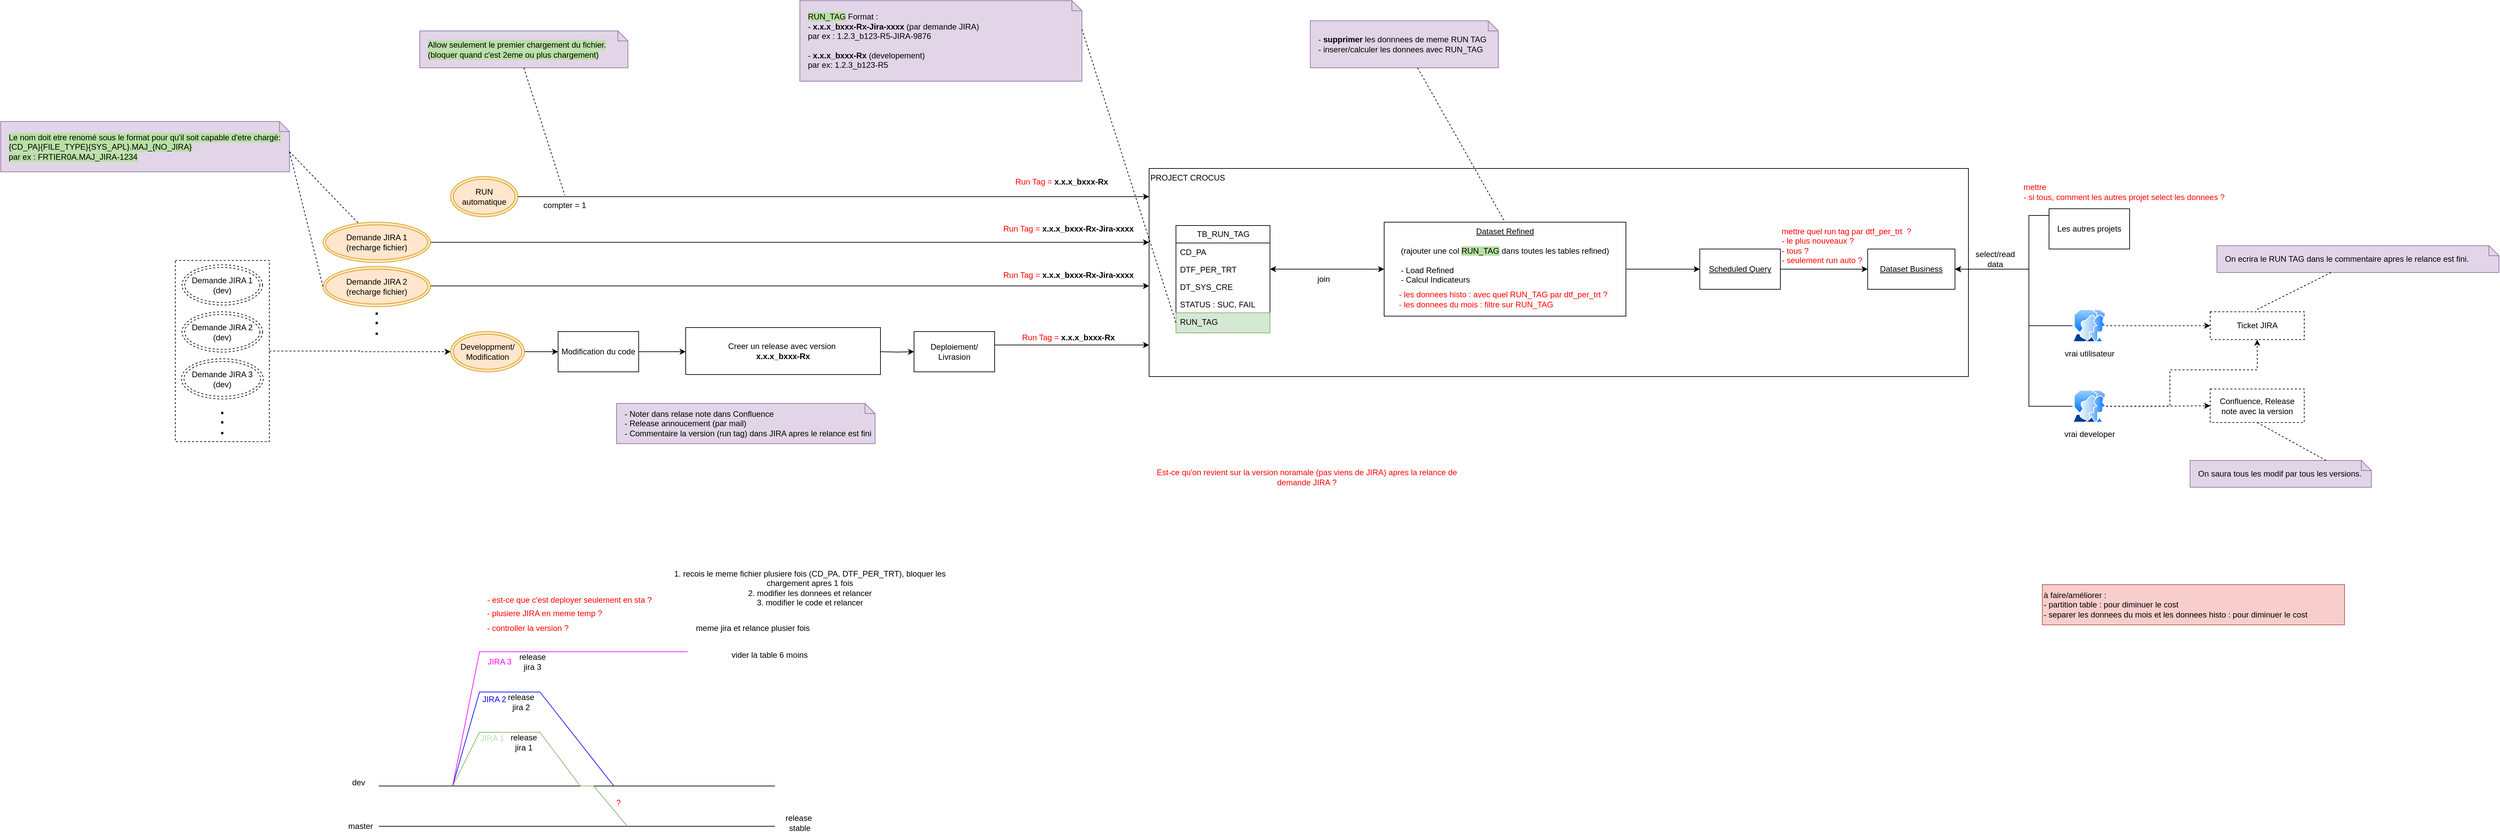
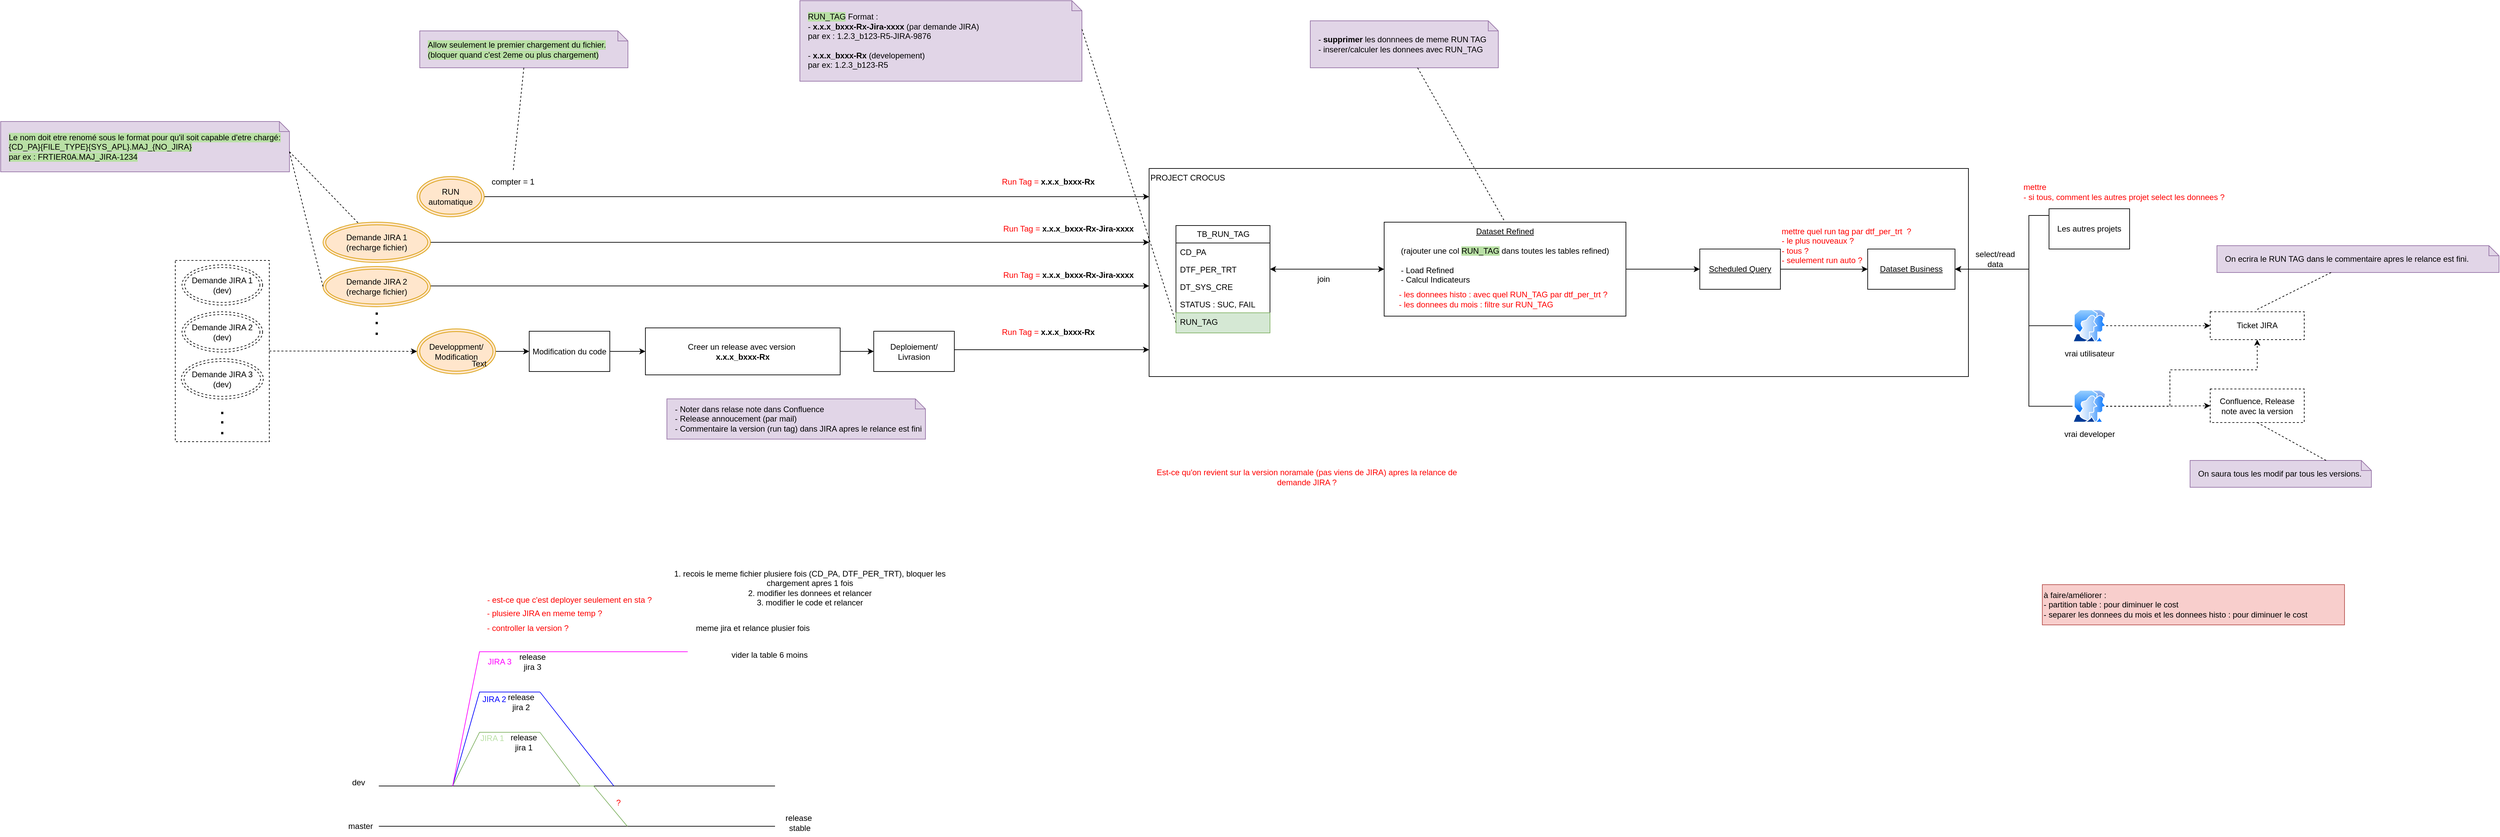
<mxfile host="app.diagrams.net">
  <diagram name="Page-1" id="bEAYSmEDHXBXhFzCy1HB">
    <mxGraphModel dx="3589" dy="2087" grid="1" gridSize="10" guides="1" tooltips="1" connect="1" arrows="1" fold="1" page="1" pageScale="1" pageWidth="827" pageHeight="1169" math="0" shadow="0">
      <root>
        <mxCell id="0" />
        <mxCell id="1" parent="0" />
        <mxCell id="cKu8MT6L8Fp_BZaxLZj7-22" edge="1" parent="1" source="cKu8MT6L8Fp_BZaxLZj7-16" style="edgeStyle=orthogonalEdgeStyle;rounded=0;orthogonalLoop=1;jettySize=auto;html=1;dashed=1;" target="QUzsFoNl6aFI_2ed8XXq-33">
          <mxGeometry relative="1" as="geometry">
            <Array as="points" />
            <mxPoint x="-937.4999999999995" y="382" as="sourcePoint" />
            <mxPoint x="-602.4999999999995" y="365" as="targetPoint" />
          </mxGeometry>
        </mxCell>
        <mxCell id="cKu8MT6L8Fp_BZaxLZj7-16" parent="1" style="rounded=0;whiteSpace=wrap;html=1;dashed=1;" value="" vertex="1">
          <mxGeometry height="270" width="140" x="-1070" y="247" as="geometry" />
        </mxCell>
        <mxCell id="QUzsFoNl6aFI_2ed8XXq-13" parent="1" style="rounded=0;whiteSpace=wrap;html=1;align=left;verticalAlign=top;" value="PROJECT CROCUS" vertex="1">
          <mxGeometry height="310" width="1220" x="380" y="110" as="geometry" />
        </mxCell>
        <mxCell id="QUzsFoNl6aFI_2ed8XXq-1" parent="1" style="swimlane;fontStyle=0;childLayout=stackLayout;horizontal=1;startSize=26;fillColor=none;horizontalStack=0;resizeParent=1;resizeParentMax=0;resizeLast=0;collapsible=1;marginBottom=0;html=1;" value="TB_RUN_TAG" vertex="1">
          <mxGeometry height="160" width="140" x="420" y="195" as="geometry" />
        </mxCell>
        <mxCell id="QUzsFoNl6aFI_2ed8XXq-2" parent="QUzsFoNl6aFI_2ed8XXq-1" style="text;strokeColor=none;fillColor=none;align=left;verticalAlign=top;spacingLeft=4;spacingRight=4;overflow=hidden;rotatable=0;points=[[0,0.5],[1,0.5]];portConstraint=eastwest;whiteSpace=wrap;html=1;" value="CD_PA" vertex="1">
          <mxGeometry height="26" width="140" y="26" as="geometry" />
        </mxCell>
        <mxCell id="QUzsFoNl6aFI_2ed8XXq-3" parent="QUzsFoNl6aFI_2ed8XXq-1" style="text;strokeColor=none;fillColor=none;align=left;verticalAlign=top;spacingLeft=4;spacingRight=4;overflow=hidden;rotatable=0;points=[[0,0.5],[1,0.5]];portConstraint=eastwest;whiteSpace=wrap;html=1;" value="DTF_PER_TRT" vertex="1">
          <mxGeometry height="26" width="140" y="52" as="geometry" />
        </mxCell>
        <mxCell id="QUzsFoNl6aFI_2ed8XXq-4" parent="QUzsFoNl6aFI_2ed8XXq-1" style="text;strokeColor=none;fillColor=none;align=left;verticalAlign=top;spacingLeft=4;spacingRight=4;overflow=hidden;rotatable=0;points=[[0,0.5],[1,0.5]];portConstraint=eastwest;whiteSpace=wrap;html=1;" value="DT_SYS_CRE" vertex="1">
          <mxGeometry height="26" width="140" y="78" as="geometry" />
        </mxCell>
        <mxCell id="QUzsFoNl6aFI_2ed8XXq-105" parent="QUzsFoNl6aFI_2ed8XXq-1" style="text;strokeColor=none;fillColor=none;align=left;verticalAlign=top;spacingLeft=4;spacingRight=4;overflow=hidden;rotatable=0;points=[[0,0.5],[1,0.5]];portConstraint=eastwest;whiteSpace=wrap;html=1;" value="STATUS : SUC, FAIL" vertex="1">
          <mxGeometry height="26" width="140" y="104" as="geometry" />
        </mxCell>
        <mxCell id="QUzsFoNl6aFI_2ed8XXq-5" parent="QUzsFoNl6aFI_2ed8XXq-1" style="text;strokeColor=#82b366;fillColor=#d5e8d4;align=left;verticalAlign=top;spacingLeft=4;spacingRight=4;overflow=hidden;rotatable=0;points=[[0,0.5],[1,0.5]];portConstraint=eastwest;whiteSpace=wrap;html=1;" value="RUN_TAG" vertex="1">
          <mxGeometry height="30" width="140" y="130" as="geometry" />
        </mxCell>
        <mxCell id="QUzsFoNl6aFI_2ed8XXq-7" parent="1" style="shape=note;size=15;align=left;spacingLeft=10;html=1;whiteSpace=wrap;fillColor=#e1d5e7;strokeColor=#9673a6;" value="&lt;span style=&quot;background-color: rgb(185, 224, 165);&quot;&gt;RUN_TAG&lt;/span&gt; Format :&amp;nbsp;&lt;div&gt;- &lt;b&gt;x.x.x_bxxx-Rx-Jira-xxxx&lt;/b&gt; (par demande JIRA)&amp;nbsp;&lt;/div&gt;&lt;div&gt;par ex : 1.2.3_b123-R5-JIRA-9876&lt;/div&gt;&lt;div&gt;&lt;br&gt;&lt;/div&gt;&lt;div&gt;-&lt;b&gt; x.x.x_bxxx-Rx&lt;/b&gt; (developement)&lt;/div&gt;&lt;div&gt;&lt;span style=&quot;background-color: transparent; color: light-dark(rgb(0, 0, 0), rgb(255, 255, 255));&quot;&gt;par ex: 1.2.3_b123-R5&lt;/span&gt;&lt;/div&gt;" vertex="1">
          <mxGeometry height="120" width="420" x="-140" y="-140" as="geometry" />
        </mxCell>
        <mxCell id="QUzsFoNl6aFI_2ed8XXq-8" edge="1" parent="1" source="QUzsFoNl6aFI_2ed8XXq-7" style="edgeStyle=none;endArrow=none;exitX=0;exitY=0;dashed=1;html=1;rounded=0;entryX=0;entryY=0.5;entryDx=0;entryDy=0;exitDx=420;exitDy=42.5;exitPerimeter=0;" target="QUzsFoNl6aFI_2ed8XXq-5" value="">
          <mxGeometry relative="1" x="1" as="geometry">
            <mxPoint x="590" y="660" as="targetPoint" />
          </mxGeometry>
        </mxCell>
        <mxCell id="QUzsFoNl6aFI_2ed8XXq-10" parent="1" style="rounded=0;whiteSpace=wrap;html=1;dashed=1;" value="Confluence, Release note avec la v&lt;span style=&quot;background-color: transparent; color: light-dark(rgb(0, 0, 0), rgb(255, 255, 255));&quot;&gt;ersion&lt;/span&gt;" vertex="1">
          <mxGeometry height="50" width="140" x="1960" y="438.5" as="geometry" />
        </mxCell>
        <mxCell id="QUzsFoNl6aFI_2ed8XXq-11" parent="1" style="rounded=0;whiteSpace=wrap;html=1;dashed=1;" value="Ticket JIRA" vertex="1">
          <mxGeometry height="41.5" width="140" x="1960" y="323.5" as="geometry" />
        </mxCell>
        <mxCell id="QUzsFoNl6aFI_2ed8XXq-42" edge="1" parent="1" source="QUzsFoNl6aFI_2ed8XXq-12" style="edgeStyle=orthogonalEdgeStyle;rounded=0;orthogonalLoop=1;jettySize=auto;html=1;entryX=1;entryY=0.5;entryDx=0;entryDy=0;startArrow=classic;startFill=1;" target="QUzsFoNl6aFI_2ed8XXq-3">
          <mxGeometry relative="1" as="geometry" />
        </mxCell>
        <mxCell id="QUzsFoNl6aFI_2ed8XXq-50" edge="1" parent="1" source="QUzsFoNl6aFI_2ed8XXq-12" style="edgeStyle=orthogonalEdgeStyle;rounded=0;orthogonalLoop=1;jettySize=auto;html=1;" target="QUzsFoNl6aFI_2ed8XXq-46">
          <mxGeometry relative="1" as="geometry">
            <Array as="points" />
          </mxGeometry>
        </mxCell>
        <mxCell id="QUzsFoNl6aFI_2ed8XXq-12" parent="1" style="rounded=0;whiteSpace=wrap;html=1;verticalAlign=top;" value="&lt;u&gt;Dataset Refined&lt;/u&gt;&lt;div&gt;&lt;u&gt;&lt;br&gt;&lt;/u&gt;&lt;div&gt;(rajouter une col &lt;span style=&quot;background-color: rgb(185, 224, 165);&quot;&gt;RUN_TAG&lt;/span&gt;&lt;span&gt; &lt;/span&gt;dans toutes les tables refined)&lt;/div&gt;&lt;div&gt;&lt;br&gt;&lt;/div&gt;&lt;div style=&quot;text-align: left;&quot;&gt;- Load Refined&amp;nbsp; &amp;nbsp; &amp;nbsp; &amp;nbsp;&lt;/div&gt;&lt;div style=&quot;text-align: left;&quot;&gt;- Calcul Indicateurs&lt;/div&gt;&lt;/div&gt;" vertex="1">
          <mxGeometry height="140" width="360" x="730" y="190" as="geometry" />
        </mxCell>
        <mxCell id="QUzsFoNl6aFI_2ed8XXq-27" edge="1" parent="1" source="QUzsFoNl6aFI_2ed8XXq-33" style="edgeStyle=orthogonalEdgeStyle;rounded=0;orthogonalLoop=1;jettySize=auto;html=1;entryX=0;entryY=0.5;entryDx=0;entryDy=0;" target="QUzsFoNl6aFI_2ed8XXq-23">
          <mxGeometry relative="1" as="geometry">
            <mxPoint x="-740" y="198" as="sourcePoint" />
          </mxGeometry>
        </mxCell>
        <mxCell id="QUzsFoNl6aFI_2ed8XXq-19" parent="1" style="text;html=1;whiteSpace=wrap;strokeColor=none;fillColor=none;align=center;verticalAlign=middle;rounded=0;fontColor=#0000FF;" value="&lt;font style=&quot;color: rgb(255, 0, 0);&quot;&gt;Run Tag =&amp;nbsp;&lt;/font&gt;&lt;b style=&quot;color: rgb(0, 0, 0); text-align: left;&quot;&gt;x.x.x_bxxx-Rx-Jira-xxxx&lt;/b&gt;" vertex="1">
          <mxGeometry height="30" width="200" x="160" y="253.5" as="geometry" />
        </mxCell>
-         <mxCell id="QUzsFoNl6aFI_2ed8XXq-28" edge="1" parent="1" source="QUzsFoNl6aFI_2ed8XXq-23" style="edgeStyle=orthogonalEdgeStyle;rounded=0;orthogonalLoop=1;jettySize=auto;html=1;">
-           <mxGeometry relative="1" as="geometry">
-             <mxPoint x="-310" y="383" as="targetPoint" />
-           </mxGeometry>
+         <mxCell id="cKu8MT6L8Fp_BZaxLZj7-37" edge="1" parent="1" source="QUzsFoNl6aFI_2ed8XXq-23" style="edgeStyle=orthogonalEdgeStyle;rounded=0;orthogonalLoop=1;jettySize=auto;html=1;" target="QUzsFoNl6aFI_2ed8XXq-25">
+           <mxGeometry relative="1" as="geometry" />
        </mxCell>
        <mxCell id="QUzsFoNl6aFI_2ed8XXq-23" parent="1" style="rounded=0;whiteSpace=wrap;html=1;" value="Modification du code" vertex="1">
-           <mxGeometry height="60" width="120" x="-500" y="353" as="geometry" />
-         </mxCell>
-         <mxCell id="QUzsFoNl6aFI_2ed8XXq-31" edge="1" parent="1" source="QUzsFoNl6aFI_2ed8XXq-24" style="edgeStyle=orthogonalEdgeStyle;rounded=0;orthogonalLoop=1;jettySize=auto;html=1;">
-           <mxGeometry relative="1" as="geometry">
-             <Array as="points">
-               <mxPoint x="230" y="373" />
-               <mxPoint x="230" y="373" />
+           <mxGeometry height="60" width="120" x="-543" y="352.5" as="geometry" />
+         </mxCell>
+         <mxCell id="QUzsFoNl6aFI_2ed8XXq-31" edge="1" parent="1" source="QUzsFoNl6aFI_2ed8XXq-24" style="edgeStyle=orthogonalEdgeStyle;rounded=0;orthogonalLoop=1;jettySize=auto;html=1;" target="QUzsFoNl6aFI_2ed8XXq-13">
+           <mxGeometry relative="1" as="geometry">
+             <Array as="points">
+               <mxPoint x="180" y="380" />
+               <mxPoint x="180" y="380" />
            </Array>
            <mxPoint x="380" y="373" as="targetPoint" />
          </mxGeometry>
        </mxCell>
        <mxCell id="QUzsFoNl6aFI_2ed8XXq-24" parent="1" style="rounded=0;whiteSpace=wrap;html=1;" value="Deploiement/ Livrasion" vertex="1">
-           <mxGeometry height="60" width="120" x="30" y="353" as="geometry" />
-         </mxCell>
-         <mxCell id="QUzsFoNl6aFI_2ed8XXq-30" edge="1" parent="1" style="edgeStyle=orthogonalEdgeStyle;rounded=0;orthogonalLoop=1;jettySize=auto;html=1;entryX=0;entryY=0.5;entryDx=0;entryDy=0;" target="QUzsFoNl6aFI_2ed8XXq-24">
-           <mxGeometry relative="1" as="geometry">
-             <mxPoint x="-20" y="383" as="sourcePoint" />
-           </mxGeometry>
+           <mxGeometry height="60" width="120" x="-30" y="352.5" as="geometry" />
+         </mxCell>
+         <mxCell id="cKu8MT6L8Fp_BZaxLZj7-38" edge="1" parent="1" source="QUzsFoNl6aFI_2ed8XXq-25" style="edgeStyle=orthogonalEdgeStyle;rounded=0;orthogonalLoop=1;jettySize=auto;html=1;" target="QUzsFoNl6aFI_2ed8XXq-24">
+           <mxGeometry relative="1" as="geometry" />
        </mxCell>
        <mxCell id="QUzsFoNl6aFI_2ed8XXq-25" parent="1" style="rounded=0;whiteSpace=wrap;html=1;" value="Creer un release avec version&amp;nbsp;&lt;div&gt;&lt;span style=&quot;text-align: left;&quot;&gt;&lt;b&gt;x.x.x_bxxx-Rx&lt;/b&gt;&lt;/span&gt;&lt;/div&gt;" vertex="1">
-           <mxGeometry height="70" width="290" x="-310" y="347" as="geometry" />
+           <mxGeometry height="70" width="290" x="-370" y="347.5" as="geometry" />
        </mxCell>
        <mxCell id="QUzsFoNl6aFI_2ed8XXq-33" parent="1" style="ellipse;shape=doubleEllipse;whiteSpace=wrap;html=1;fillColor=#ffe6cc;strokeColor=#d79b00;" value="Developpment/&lt;div&gt;Modification&lt;/div&gt;" vertex="1">
-           <mxGeometry height="60" width="110" x="-660" y="353" as="geometry" />
+           <mxGeometry height="67" width="117" x="-710" y="349" as="geometry" />
+         </mxCell>
+         <mxCell id="cKu8MT6L8Fp_BZaxLZj7-36" parent="QUzsFoNl6aFI_2ed8XXq-33" style="text;html=1;align=center;verticalAlign=middle;resizable=0;points=[];autosize=1;" value="Text" vertex="1">
+           <mxGeometry height="30" width="50" x="67" y="37" as="geometry" />
        </mxCell>
        <mxCell id="cKu8MT6L8Fp_BZaxLZj7-5" edge="1" parent="1" style="edgeStyle=orthogonalEdgeStyle;rounded=0;orthogonalLoop=1;jettySize=auto;html=1;">
          <mxGeometry relative="1" as="geometry">
            <Array as="points">
              <mxPoint x="-470" y="285" />
              <mxPoint x="-470" y="285" />
            </Array>
            <mxPoint x="-690.0000000000005" y="285" as="sourcePoint" />
            <mxPoint x="380" y="285" as="targetPoint" />
          </mxGeometry>
        </mxCell>
        <mxCell id="QUzsFoNl6aFI_2ed8XXq-34" parent="1" style="ellipse;shape=doubleEllipse;whiteSpace=wrap;html=1;fillColor=#ffe6cc;strokeColor=#d79b00;" value="Demande JIRA 2&lt;div&gt;(recharge fichier)&lt;/div&gt;" vertex="1">
          <mxGeometry height="60" width="160" x="-850" y="256" as="geometry" />
        </mxCell>
        <mxCell id="QUzsFoNl6aFI_2ed8XXq-36" edge="1" parent="1" source="QUzsFoNl6aFI_2ed8XXq-35" style="edgeStyle=orthogonalEdgeStyle;rounded=0;orthogonalLoop=1;jettySize=auto;html=1;">
          <mxGeometry relative="1" as="geometry">
            <Array as="points">
              <mxPoint x="110" y="152" />
              <mxPoint x="110" y="152" />
            </Array>
            <mxPoint x="380" y="152.0588235294117" as="targetPoint" />
          </mxGeometry>
        </mxCell>
        <mxCell id="QUzsFoNl6aFI_2ed8XXq-35" parent="1" style="ellipse;shape=doubleEllipse;whiteSpace=wrap;html=1;fillColor=#ffe6cc;strokeColor=#d79b00;" value="RUN automatique" vertex="1">
-           <mxGeometry height="60" width="100" x="-660" y="122" as="geometry" />
+           <mxGeometry height="60" width="100" x="-710" y="122" as="geometry" />
        </mxCell>
        <mxCell id="QUzsFoNl6aFI_2ed8XXq-38" parent="1" style="shape=note;size=15;align=left;spacingLeft=10;html=1;whiteSpace=wrap;fillColor=#e1d5e7;strokeColor=#9673a6;" value="- Noter dans relase note dans Confluence&lt;div&gt;- Release annoucement (par mail)&lt;/div&gt;&lt;div&gt;- Commentaire la version (run tag) dans JIRA apres le relance est fini&lt;/div&gt;" vertex="1">
-           <mxGeometry height="60" width="385" x="-413" y="460" as="geometry" />
+           <mxGeometry height="60" width="385" x="-338" y="453.25" as="geometry" />
        </mxCell>
        <mxCell id="QUzsFoNl6aFI_2ed8XXq-40" parent="1" style="shape=note;size=15;align=left;spacingLeft=10;html=1;whiteSpace=wrap;fillColor=#e1d5e7;strokeColor=#9673a6;" value="- &lt;b&gt;supprimer &lt;/b&gt;les donnnees de meme RUN TAG&lt;div&gt;- inserer/calculer les donnees avec RUN_TAG&lt;/div&gt;" vertex="1">
          <mxGeometry height="70" width="280" x="620" y="-110" as="geometry" />
        </mxCell>
        <mxCell id="QUzsFoNl6aFI_2ed8XXq-41" edge="1" parent="1" source="QUzsFoNl6aFI_2ed8XXq-40" style="edgeStyle=none;endArrow=none;dashed=1;html=1;rounded=0;entryX=0.5;entryY=0;entryDx=0;entryDy=0;" target="QUzsFoNl6aFI_2ed8XXq-12" value="">
          <mxGeometry relative="1" x="1" as="geometry">
            <mxPoint x="720" y="650" as="sourcePoint" />
            <mxPoint x="772" y="500" as="targetPoint" />
          </mxGeometry>
        </mxCell>
        <mxCell id="QUzsFoNl6aFI_2ed8XXq-43" parent="1" style="text;html=1;whiteSpace=wrap;strokeColor=none;fillColor=none;align=left;verticalAlign=middle;rounded=0;" value="&lt;font style=&quot;color: rgb(255, 0, 0);&quot;&gt;- les donnees histo : avec quel RUN_TAG par dtf_per_trt ?&lt;/font&gt;&lt;div&gt;&lt;font style=&quot;color: rgb(255, 0, 0);&quot;&gt;- les donnees du mois : f&lt;/font&gt;&lt;span style=&quot;color: light-dark(rgb(255, 0, 0), rgb(255, 144, 144)); background-color: transparent;&quot;&gt;iltre sur RUN_TAG&lt;/span&gt;&lt;/div&gt;" vertex="1">
          <mxGeometry height="30" width="330" x="750" y="290" as="geometry" />
        </mxCell>
        <mxCell id="QUzsFoNl6aFI_2ed8XXq-45" parent="1" style="rounded=0;whiteSpace=wrap;html=1;" value="&lt;u&gt;Dataset Business&lt;/u&gt;" vertex="1">
          <mxGeometry height="60" width="130" x="1450" y="230" as="geometry" />
        </mxCell>
        <mxCell id="QUzsFoNl6aFI_2ed8XXq-48" edge="1" parent="1" source="QUzsFoNl6aFI_2ed8XXq-46" style="edgeStyle=orthogonalEdgeStyle;rounded=0;orthogonalLoop=1;jettySize=auto;html=1;" target="QUzsFoNl6aFI_2ed8XXq-45">
          <mxGeometry relative="1" as="geometry" />
        </mxCell>
        <mxCell id="QUzsFoNl6aFI_2ed8XXq-46" parent="1" style="rounded=0;whiteSpace=wrap;html=1;" value="&lt;u&gt;Scheduled Query&lt;/u&gt;" vertex="1">
          <mxGeometry height="60" width="120" x="1200" y="230" as="geometry" />
        </mxCell>
        <mxCell id="QUzsFoNl6aFI_2ed8XXq-51" parent="1" style="text;html=1;whiteSpace=wrap;strokeColor=none;fillColor=none;align=left;verticalAlign=middle;rounded=0;fontColor=#FF0000;" value="mettre quel run tag par dtf_per_trt&amp;nbsp;&amp;nbsp;?&amp;nbsp;&lt;div&gt;- le plus nouveaux ?&lt;/div&gt;&lt;div&gt;- tous ?&lt;/div&gt;&lt;div&gt;- seulement run auto ?&lt;/div&gt;" vertex="1">
          <mxGeometry height="30" width="370" x="1320" y="210" as="geometry" />
        </mxCell>
        <mxCell id="QUzsFoNl6aFI_2ed8XXq-59" edge="1" parent="1" source="QUzsFoNl6aFI_2ed8XXq-52" style="edgeStyle=orthogonalEdgeStyle;rounded=0;orthogonalLoop=1;jettySize=auto;html=1;entryX=1;entryY=0.5;entryDx=0;entryDy=0;" target="QUzsFoNl6aFI_2ed8XXq-45">
          <mxGeometry relative="1" as="geometry">
            <Array as="points">
              <mxPoint x="1690" y="180" />
              <mxPoint x="1690" y="260" />
            </Array>
          </mxGeometry>
        </mxCell>
        <mxCell id="QUzsFoNl6aFI_2ed8XXq-52" parent="1" style="rounded=0;whiteSpace=wrap;html=1;" value="Les autres projets" vertex="1">
          <mxGeometry height="60" width="120" x="1720" y="170" as="geometry" />
        </mxCell>
        <mxCell id="QUzsFoNl6aFI_2ed8XXq-58" edge="1" parent="1" source="QUzsFoNl6aFI_2ed8XXq-57" style="edgeStyle=orthogonalEdgeStyle;rounded=0;orthogonalLoop=1;jettySize=auto;html=1;entryX=1;entryY=0.5;entryDx=0;entryDy=0;" target="QUzsFoNl6aFI_2ed8XXq-45">
          <mxGeometry relative="1" as="geometry">
            <Array as="points">
              <mxPoint x="1690" y="344" />
              <mxPoint x="1690" y="260" />
            </Array>
          </mxGeometry>
        </mxCell>
        <mxCell id="QUzsFoNl6aFI_2ed8XXq-65" edge="1" parent="1" source="QUzsFoNl6aFI_2ed8XXq-57" style="edgeStyle=orthogonalEdgeStyle;rounded=0;orthogonalLoop=1;jettySize=auto;html=1;dashed=1;" target="QUzsFoNl6aFI_2ed8XXq-11">
          <mxGeometry relative="1" as="geometry" />
        </mxCell>
        <mxCell id="QUzsFoNl6aFI_2ed8XXq-57" parent="1" style="image;aspect=fixed;perimeter=ellipsePerimeter;html=1;align=center;shadow=0;dashed=0;spacingTop=3;image=img/lib/active_directory/user_accounts.svg;" value="vrai utilisateur" vertex="1">
          <mxGeometry height="48.5" width="50" x="1755" y="320" as="geometry" />
        </mxCell>
        <mxCell id="QUzsFoNl6aFI_2ed8XXq-60" parent="1" style="text;html=1;whiteSpace=wrap;strokeColor=none;fillColor=none;align=center;verticalAlign=middle;rounded=0;" value="select/read data" vertex="1">
          <mxGeometry height="30" width="60" x="1610" y="230" as="geometry" />
        </mxCell>
        <mxCell id="QUzsFoNl6aFI_2ed8XXq-63" edge="1" parent="1" source="QUzsFoNl6aFI_2ed8XXq-62" style="edgeStyle=orthogonalEdgeStyle;rounded=0;orthogonalLoop=1;jettySize=auto;html=1;entryX=1;entryY=0.5;entryDx=0;entryDy=0;" target="QUzsFoNl6aFI_2ed8XXq-45">
          <mxGeometry relative="1" as="geometry">
            <Array as="points">
              <mxPoint x="1690" y="464" />
              <mxPoint x="1690" y="260" />
            </Array>
          </mxGeometry>
        </mxCell>
        <mxCell id="QUzsFoNl6aFI_2ed8XXq-66" edge="1" parent="1" source="QUzsFoNl6aFI_2ed8XXq-62" style="edgeStyle=orthogonalEdgeStyle;rounded=0;orthogonalLoop=1;jettySize=auto;html=1;dashed=1;" target="QUzsFoNl6aFI_2ed8XXq-10">
          <mxGeometry relative="1" as="geometry" />
        </mxCell>
        <mxCell id="QUzsFoNl6aFI_2ed8XXq-68" edge="1" parent="1" source="QUzsFoNl6aFI_2ed8XXq-62" style="edgeStyle=orthogonalEdgeStyle;rounded=0;orthogonalLoop=1;jettySize=auto;html=1;entryX=0.5;entryY=1;entryDx=0;entryDy=0;dashed=1;" target="QUzsFoNl6aFI_2ed8XXq-11">
          <mxGeometry relative="1" as="geometry">
            <Array as="points">
              <mxPoint x="1900" y="464" />
              <mxPoint x="1900" y="410" />
              <mxPoint x="2030" y="410" />
            </Array>
          </mxGeometry>
        </mxCell>
        <mxCell id="QUzsFoNl6aFI_2ed8XXq-62" parent="1" style="image;aspect=fixed;perimeter=ellipsePerimeter;html=1;align=center;shadow=0;dashed=0;spacingTop=3;image=img/lib/active_directory/user_accounts.svg;" value="vrai developer" vertex="1">
          <mxGeometry height="48.5" width="50" x="1755" y="440" as="geometry" />
        </mxCell>
        <mxCell id="QUzsFoNl6aFI_2ed8XXq-69" parent="1" style="shape=note;size=15;align=left;spacingLeft=10;html=1;whiteSpace=wrap;fillColor=#e1d5e7;strokeColor=#9673a6;" value="On ecrira le RUN TAG dans le commentaire apres le relance est fini." vertex="1">
          <mxGeometry height="40" width="420" x="1970" y="225" as="geometry" />
        </mxCell>
        <mxCell id="QUzsFoNl6aFI_2ed8XXq-70" edge="1" parent="1" source="QUzsFoNl6aFI_2ed8XXq-69" style="edgeStyle=none;endArrow=none;dashed=1;html=1;rounded=0;" value="">
          <mxGeometry relative="1" x="1" as="geometry">
            <mxPoint x="970" y="210" as="sourcePoint" />
            <mxPoint x="2030" y="320" as="targetPoint" />
          </mxGeometry>
        </mxCell>
        <mxCell id="QUzsFoNl6aFI_2ed8XXq-71" parent="1" style="shape=note;size=15;align=left;spacingLeft=10;html=1;whiteSpace=wrap;fillColor=#e1d5e7;strokeColor=#9673a6;" value="On saura tous les modif par tous les versions." vertex="1">
          <mxGeometry height="40" width="270" x="1930" y="545" as="geometry" />
        </mxCell>
        <mxCell id="QUzsFoNl6aFI_2ed8XXq-72" edge="1" parent="1" source="QUzsFoNl6aFI_2ed8XXq-71" style="edgeStyle=none;endArrow=none;dashed=1;html=1;rounded=0;entryX=0.5;entryY=1;entryDx=0;entryDy=0;exitX=0;exitY=0;exitDx=202.5;exitDy=0;exitPerimeter=0;" target="QUzsFoNl6aFI_2ed8XXq-10" value="">
          <mxGeometry relative="1" x="1" as="geometry">
            <mxPoint x="2180" y="470" as="sourcePoint" />
            <mxPoint x="2070" y="525" as="targetPoint" />
          </mxGeometry>
        </mxCell>
        <mxCell id="QUzsFoNl6aFI_2ed8XXq-73" parent="1" style="text;html=1;whiteSpace=wrap;strokeColor=none;fillColor=none;align=left;verticalAlign=middle;rounded=0;fontColor=#FF0000;" value="mettre&amp;nbsp;&lt;div&gt;&lt;span style=&quot;background-color: transparent; color: light-dark(rgb(255, 0, 0), rgb(255, 144, 144));&quot;&gt;- si tous, comment les autres projet select les donnees ?&lt;/span&gt;&lt;/div&gt;" vertex="1">
          <mxGeometry height="30" width="370" x="1680" y="130" as="geometry" />
        </mxCell>
        <mxCell id="QUzsFoNl6aFI_2ed8XXq-74" parent="1" style="rounded=0;whiteSpace=wrap;html=1;align=left;fillColor=#f8cecc;strokeColor=#b85450;" value="à faire/améliorer :&lt;div&gt;- partition table : pour diminuer le cost&lt;/div&gt;&lt;div&gt;- separer les donnees du mois et les donnees histo&amp;nbsp;&lt;span style=&quot;background-color: transparent; color: light-dark(rgb(0, 0, 0), rgb(255, 255, 255));&quot;&gt;: pour diminuer le cost&lt;/span&gt;&lt;/div&gt;" vertex="1">
          <mxGeometry height="60" width="450" x="1710" y="730" as="geometry" />
        </mxCell>
        <mxCell id="QUzsFoNl6aFI_2ed8XXq-76" parent="1" style="text;html=1;whiteSpace=wrap;strokeColor=none;fillColor=none;align=center;verticalAlign=middle;rounded=0;" value="join" vertex="1">
          <mxGeometry height="30" width="60" x="610" y="260" as="geometry" />
        </mxCell>
        <mxCell id="QUzsFoNl6aFI_2ed8XXq-77" parent="1" style="text;html=1;whiteSpace=wrap;strokeColor=none;fillColor=none;align=center;verticalAlign=middle;rounded=0;fontColor=#FF0000;" value="Est-ce qu&#39;on revient sur la version noramale (pas viens de JIRA) apres la relance de demande JIRA ?" vertex="1">
          <mxGeometry height="30" width="470" x="380" y="555" as="geometry" />
        </mxCell>
        <mxCell id="QUzsFoNl6aFI_2ed8XXq-78" parent="1" style="text;html=1;whiteSpace=wrap;strokeColor=none;fillColor=none;align=center;verticalAlign=middle;rounded=0;fontColor=#FF0000;" value="- est-ce que c&#39;est deployer seulement en sta ?" vertex="1">
          <mxGeometry height="30" width="290" x="-628" y="738" as="geometry" />
        </mxCell>
        <mxCell id="QUzsFoNl6aFI_2ed8XXq-79" parent="1" style="text;html=1;whiteSpace=wrap;strokeColor=none;fillColor=none;align=center;verticalAlign=middle;rounded=0;fontColor=#FF0000;" value="- plusiere JIRA en meme temp ?" vertex="1">
          <mxGeometry height="30" width="290" x="-665" y="758" as="geometry" />
        </mxCell>
        <mxCell id="QUzsFoNl6aFI_2ed8XXq-80" parent="1" style="text;html=1;whiteSpace=wrap;strokeColor=none;fillColor=none;align=center;verticalAlign=middle;rounded=0;fontColor=#FF0000;" value="- controller la version ?" vertex="1">
          <mxGeometry height="30" width="290" x="-690" y="780" as="geometry" />
        </mxCell>
        <mxCell id="QUzsFoNl6aFI_2ed8XXq-81" edge="1" parent="1" style="endArrow=none;html=1;rounded=0;" value="">
          <mxGeometry height="50" relative="1" width="50" as="geometry">
            <mxPoint x="-767" y="1030" as="sourcePoint" />
            <mxPoint x="-177" y="1030" as="targetPoint" />
          </mxGeometry>
        </mxCell>
        <mxCell id="QUzsFoNl6aFI_2ed8XXq-83" edge="1" parent="1" style="endArrow=none;html=1;rounded=0;fillColor=#d5e8d4;strokeColor=#82b366;" value="">
          <mxGeometry height="50" relative="1" width="50" as="geometry">
            <Array as="points">
              <mxPoint x="-617" y="950" />
            </Array>
            <mxPoint x="-657" y="1030" as="sourcePoint" />
            <mxPoint x="-527" y="950" as="targetPoint" />
          </mxGeometry>
        </mxCell>
        <mxCell id="QUzsFoNl6aFI_2ed8XXq-84" parent="1" style="text;html=1;whiteSpace=wrap;strokeColor=none;fillColor=none;align=center;verticalAlign=middle;rounded=0;" value="dev" vertex="1">
          <mxGeometry height="30" width="60" x="-827" y="1010" as="geometry" />
        </mxCell>
        <mxCell id="QUzsFoNl6aFI_2ed8XXq-85" edge="1" parent="1" style="endArrow=none;html=1;rounded=0;strokeColor=#0000FF;" value="">
          <mxGeometry height="50" relative="1" width="50" as="geometry">
            <Array as="points">
              <mxPoint x="-617" y="890" />
            </Array>
            <mxPoint x="-657" y="1030" as="sourcePoint" />
            <mxPoint x="-527" y="890" as="targetPoint" />
          </mxGeometry>
        </mxCell>
        <mxCell id="QUzsFoNl6aFI_2ed8XXq-86" edge="1" parent="1" style="endArrow=none;html=1;rounded=0;strokeColor=#FF00FF;" value="">
          <mxGeometry height="50" relative="1" width="50" as="geometry">
            <Array as="points">
              <mxPoint x="-617" y="830" />
            </Array>
            <mxPoint x="-657" y="1030" as="sourcePoint" />
            <mxPoint x="-307" y="830" as="targetPoint" />
          </mxGeometry>
        </mxCell>
        <mxCell id="QUzsFoNl6aFI_2ed8XXq-87" parent="1" style="text;html=1;whiteSpace=wrap;strokeColor=none;fillColor=none;align=center;verticalAlign=middle;rounded=0;fontColor=#B9E0A5;" value="JIRA 1" vertex="1">
          <mxGeometry height="30" width="60" x="-628" y="944" as="geometry" />
        </mxCell>
        <mxCell id="QUzsFoNl6aFI_2ed8XXq-88" parent="1" style="text;html=1;whiteSpace=wrap;strokeColor=none;fillColor=none;align=center;verticalAlign=middle;rounded=0;fontColor=#0000FF;" value="JIRA 2" vertex="1">
          <mxGeometry height="30" width="60" x="-625" y="886" as="geometry" />
        </mxCell>
        <mxCell id="QUzsFoNl6aFI_2ed8XXq-89" parent="1" style="text;html=1;whiteSpace=wrap;strokeColor=none;fillColor=none;align=center;verticalAlign=middle;rounded=0;fontColor=#FF00FF;" value="JIRA 3" vertex="1">
          <mxGeometry height="30" width="60" x="-617" y="830" as="geometry" />
        </mxCell>
        <mxCell id="QUzsFoNl6aFI_2ed8XXq-90" edge="1" parent="1" style="endArrow=none;html=1;rounded=0;" value="">
          <mxGeometry height="50" relative="1" width="50" as="geometry">
            <mxPoint x="-767" y="1090" as="sourcePoint" />
            <mxPoint x="-177" y="1090" as="targetPoint" />
          </mxGeometry>
        </mxCell>
        <mxCell id="QUzsFoNl6aFI_2ed8XXq-91" parent="1" style="text;html=1;whiteSpace=wrap;strokeColor=none;fillColor=none;align=center;verticalAlign=middle;rounded=0;" value="master" vertex="1">
          <mxGeometry height="30" width="60" x="-824" y="1075" as="geometry" />
        </mxCell>
        <mxCell id="QUzsFoNl6aFI_2ed8XXq-92" edge="1" parent="1" style="endArrow=none;html=1;rounded=0;fillColor=#d5e8d4;strokeColor=#82b366;" value="">
          <mxGeometry height="50" relative="1" width="50" as="geometry">
            <mxPoint x="-527" y="950" as="sourcePoint" />
            <mxPoint x="-467" y="1030" as="targetPoint" />
          </mxGeometry>
        </mxCell>
        <mxCell id="QUzsFoNl6aFI_2ed8XXq-94" edge="1" parent="1" style="endArrow=none;html=1;rounded=0;strokeColor=#0000FF;" value="">
          <mxGeometry height="50" relative="1" width="50" as="geometry">
            <mxPoint x="-527" y="890" as="sourcePoint" />
            <mxPoint x="-417" y="1030" as="targetPoint" />
          </mxGeometry>
        </mxCell>
        <mxCell id="QUzsFoNl6aFI_2ed8XXq-95" edge="1" parent="1" style="endArrow=none;html=1;rounded=0;fillColor=#d5e8d4;strokeColor=#82b366;" value="">
          <mxGeometry height="50" relative="1" width="50" as="geometry">
            <mxPoint x="-447" y="1030" as="sourcePoint" />
            <mxPoint x="-397" y="1090" as="targetPoint" />
          </mxGeometry>
        </mxCell>
        <mxCell id="QUzsFoNl6aFI_2ed8XXq-96" edge="1" parent="1" style="endArrow=none;html=1;rounded=0;fillColor=#d5e8d4;strokeColor=#82b366;" value="">
          <mxGeometry height="50" relative="1" width="50" as="geometry">
            <mxPoint x="-467" y="1030" as="sourcePoint" />
            <mxPoint x="-447" y="1030" as="targetPoint" />
          </mxGeometry>
        </mxCell>
        <mxCell id="QUzsFoNl6aFI_2ed8XXq-98" parent="1" style="text;html=1;whiteSpace=wrap;strokeColor=none;fillColor=none;align=center;verticalAlign=middle;rounded=0;" value="release jira 2" vertex="1">
          <mxGeometry height="30" width="60" x="-585" y="890" as="geometry" />
        </mxCell>
        <mxCell id="QUzsFoNl6aFI_2ed8XXq-99" parent="1" style="text;html=1;whiteSpace=wrap;strokeColor=none;fillColor=none;align=center;verticalAlign=middle;rounded=0;" value="release jira 1" vertex="1">
          <mxGeometry height="30" width="60" x="-581" y="950" as="geometry" />
        </mxCell>
        <mxCell id="QUzsFoNl6aFI_2ed8XXq-100" parent="1" style="text;html=1;whiteSpace=wrap;strokeColor=none;fillColor=none;align=center;verticalAlign=middle;rounded=0;" value="release jira 3" vertex="1">
          <mxGeometry height="30" width="60" x="-568" y="830" as="geometry" />
        </mxCell>
        <mxCell id="QUzsFoNl6aFI_2ed8XXq-101" parent="1" style="text;html=1;whiteSpace=wrap;strokeColor=none;fillColor=none;align=center;verticalAlign=middle;rounded=0;" value="release&amp;nbsp; stable" vertex="1">
          <mxGeometry height="30" width="60" x="-170" y="1070" as="geometry" />
        </mxCell>
        <mxCell id="QUzsFoNl6aFI_2ed8XXq-103" parent="1" style="text;html=1;whiteSpace=wrap;strokeColor=none;fillColor=none;align=center;verticalAlign=middle;rounded=0;fontColor=#FF0000;" value="?" vertex="1">
          <mxGeometry height="30" width="60" x="-440" y="1040" as="geometry" />
        </mxCell>
        <mxCell id="QUzsFoNl6aFI_2ed8XXq-104" parent="1" style="text;html=1;whiteSpace=wrap;strokeColor=none;fillColor=none;align=center;verticalAlign=middle;rounded=0;" value="compter = 1" vertex="1">
-           <mxGeometry height="30" width="100" x="-540" y="150" as="geometry" />
+           <mxGeometry height="30" width="100" x="-617" y="115" as="geometry" />
        </mxCell>
        <mxCell id="QUzsFoNl6aFI_2ed8XXq-106" parent="1" style="text;html=1;whiteSpace=wrap;strokeColor=none;fillColor=none;align=center;verticalAlign=middle;rounded=0;" value="1. recois le meme fichier plusiere fois (CD_PA, DTF_PER_TRT), bloquer les chargement apres 1 fois&lt;div&gt;2. modifier les donnees et relancer&lt;/div&gt;&lt;div&gt;3. modifier le code et relancer&lt;/div&gt;" vertex="1">
          <mxGeometry height="30" width="470" x="-360" y="720" as="geometry" />
        </mxCell>
        <mxCell id="QUzsFoNl6aFI_2ed8XXq-107" parent="1" style="text;html=1;whiteSpace=wrap;strokeColor=none;fillColor=none;align=center;verticalAlign=middle;rounded=0;" value="meme jira et relance plusier fois" vertex="1">
          <mxGeometry height="30" width="240" x="-330" y="780" as="geometry" />
        </mxCell>
        <mxCell id="QUzsFoNl6aFI_2ed8XXq-108" parent="1" style="text;html=1;whiteSpace=wrap;strokeColor=none;fillColor=none;align=center;verticalAlign=middle;rounded=0;" value="vider la table 6 moins" vertex="1">
          <mxGeometry height="30" width="170" x="-270" y="820" as="geometry" />
        </mxCell>
        <mxCell id="cKu8MT6L8Fp_BZaxLZj7-1" parent="1" style="shape=note;size=15;align=left;spacingLeft=10;html=1;whiteSpace=wrap;fillColor=#e1d5e7;strokeColor=#9673a6;" value="&lt;span style=&quot;background-color: rgb(185, 224, 165);&quot;&gt;Allow seulement le premier chargement du fichier.&lt;br&gt;(bloquer quand c&#39;est 2eme ou plus chargement)&lt;/span&gt;" vertex="1">
          <mxGeometry height="55" width="310" x="-706" y="-95" as="geometry" />
        </mxCell>
        <mxCell id="cKu8MT6L8Fp_BZaxLZj7-2" edge="1" parent="1" source="cKu8MT6L8Fp_BZaxLZj7-1" style="edgeStyle=none;endArrow=none;exitX=0.5;exitY=1;dashed=1;html=1;rounded=0;entryX=0.5;entryY=0;entryDx=0;entryDy=0;exitDx=0;exitDy=0;exitPerimeter=0;" target="QUzsFoNl6aFI_2ed8XXq-104" value="">
          <mxGeometry relative="1" x="1" as="geometry">
            <mxPoint x="590" y="300" as="sourcePoint" />
            <mxPoint x="680" y="507" as="targetPoint" />
          </mxGeometry>
        </mxCell>
        <mxCell id="cKu8MT6L8Fp_BZaxLZj7-3" parent="1" style="ellipse;shape=doubleEllipse;whiteSpace=wrap;html=1;dashed=1;" value="Demande JIRA 1&lt;div&gt;(dev)&lt;/div&gt;" vertex="1">
          <mxGeometry height="60" width="120" x="-1060" y="253.5" as="geometry" />
        </mxCell>
        <mxCell id="cKu8MT6L8Fp_BZaxLZj7-7" parent="1" style="text;html=1;whiteSpace=wrap;strokeColor=none;fillColor=none;align=center;verticalAlign=middle;rounded=0;fontColor=#0000FF;" value="&lt;font style=&quot;color: rgb(255, 0, 0);&quot;&gt;Run Tag =&amp;nbsp;&lt;b style=&quot;color: rgb(0, 0, 0); text-align: left;&quot;&gt;x.x.x_bxxx-Rx&lt;/b&gt;&lt;/font&gt;" vertex="1">
-           <mxGeometry height="30" width="200" x="150" y="115" as="geometry" />
+           <mxGeometry height="30" width="200" x="130" y="115" as="geometry" />
        </mxCell>
        <mxCell id="cKu8MT6L8Fp_BZaxLZj7-11" parent="1" style="shape=note;size=15;align=left;spacingLeft=10;html=1;whiteSpace=wrap;fillColor=#e1d5e7;strokeColor=#9673a6;" value="&lt;span style=&quot;background-color: rgb(185, 224, 165);&quot;&gt;Le nom doit etre renomé sous le format pour qu&#39;il soit capable d&#39;etre chargé:&lt;br&gt;{CD_PA}{FILE_TYPE}{SYS_APL}.MAJ_{NO_JIRA}&lt;/span&gt;&lt;div&gt;&lt;span style=&quot;background-color: rgb(185, 224, 165);&quot;&gt;par ex : FRTIER0A.MAJ_JIRA-1234&lt;/span&gt;&lt;/div&gt;" vertex="1">
          <mxGeometry height="75" width="430" x="-1330" y="40" as="geometry" />
        </mxCell>
        <mxCell id="cKu8MT6L8Fp_BZaxLZj7-14" parent="1" style="ellipse;shape=doubleEllipse;whiteSpace=wrap;html=1;dashed=1;" value="Demande JIRA 2&lt;div&gt;(dev)&lt;/div&gt;" vertex="1">
          <mxGeometry height="60" width="120" x="-1060" y="323.5" as="geometry" />
        </mxCell>
        <mxCell id="cKu8MT6L8Fp_BZaxLZj7-15" parent="1" style="ellipse;shape=doubleEllipse;whiteSpace=wrap;html=1;dashed=1;" value="Demande JIRA 3&lt;div&gt;(dev)&lt;/div&gt;" vertex="1">
          <mxGeometry height="60" width="122" x="-1061" y="393.5" as="geometry" />
        </mxCell>
        <mxCell id="cKu8MT6L8Fp_BZaxLZj7-19" parent="1" style="text;html=1;whiteSpace=wrap;strokeColor=none;fillColor=none;align=center;verticalAlign=middle;rounded=0;fontSize=23;fontStyle=1" value="." vertex="1">
          <mxGeometry height="30" width="60" x="-1030" y="453.25" as="geometry" />
        </mxCell>
        <mxCell id="cKu8MT6L8Fp_BZaxLZj7-20" parent="1" style="text;html=1;whiteSpace=wrap;strokeColor=none;fillColor=none;align=center;verticalAlign=middle;rounded=0;fontSize=23;fontStyle=1" value="." vertex="1">
          <mxGeometry height="30" width="60" x="-1030" y="467" as="geometry" />
        </mxCell>
        <mxCell id="cKu8MT6L8Fp_BZaxLZj7-21" parent="1" style="text;html=1;whiteSpace=wrap;strokeColor=none;fillColor=none;align=center;verticalAlign=middle;rounded=0;fontSize=23;fontStyle=1" value="." vertex="1">
          <mxGeometry height="30" width="60" x="-1030" y="483.25" as="geometry" />
        </mxCell>
        <mxCell id="cKu8MT6L8Fp_BZaxLZj7-24" edge="1" parent="1" source="cKu8MT6L8Fp_BZaxLZj7-23" style="edgeStyle=orthogonalEdgeStyle;rounded=0;orthogonalLoop=1;jettySize=auto;html=1;" target="QUzsFoNl6aFI_2ed8XXq-13">
          <mxGeometry relative="1" as="geometry">
            <Array as="points">
              <mxPoint x="120" y="220" />
              <mxPoint x="120" y="220" />
            </Array>
          </mxGeometry>
        </mxCell>
        <mxCell id="cKu8MT6L8Fp_BZaxLZj7-23" parent="1" style="ellipse;shape=doubleEllipse;whiteSpace=wrap;html=1;fillColor=#ffe6cc;strokeColor=#d79b00;" value="Demande JIRA 1&lt;div&gt;(recharge fichier)&lt;/div&gt;" vertex="1">
          <mxGeometry height="60" width="160" x="-850" y="190" as="geometry" />
        </mxCell>
        <mxCell id="cKu8MT6L8Fp_BZaxLZj7-25" edge="1" parent="1" source="cKu8MT6L8Fp_BZaxLZj7-11" style="edgeStyle=none;endArrow=none;exitX=0;exitY=0;dashed=1;html=1;rounded=0;exitDx=430;exitDy=45;exitPerimeter=0;" target="cKu8MT6L8Fp_BZaxLZj7-23" value="">
          <mxGeometry relative="1" x="1" as="geometry">
            <mxPoint x="-520" y="10" as="sourcePoint" />
            <mxPoint x="-490" y="150" as="targetPoint" />
          </mxGeometry>
        </mxCell>
        <mxCell id="cKu8MT6L8Fp_BZaxLZj7-26" edge="1" parent="1" source="cKu8MT6L8Fp_BZaxLZj7-11" style="edgeStyle=none;endArrow=none;exitX=0;exitY=0;dashed=1;html=1;rounded=0;exitDx=430;exitDy=45;exitPerimeter=0;entryX=0;entryY=0.5;entryDx=0;entryDy=0;" target="QUzsFoNl6aFI_2ed8XXq-34" value="">
          <mxGeometry relative="1" x="1" as="geometry">
            <mxPoint x="-900" y="200" as="sourcePoint" />
            <mxPoint x="-801" y="244" as="targetPoint" />
          </mxGeometry>
        </mxCell>
        <mxCell id="cKu8MT6L8Fp_BZaxLZj7-27" parent="1" style="text;html=1;whiteSpace=wrap;strokeColor=none;fillColor=none;align=center;verticalAlign=middle;rounded=0;fontSize=23;fontStyle=1" value="." vertex="1">
          <mxGeometry height="30" width="60" x="-800" y="305" as="geometry" />
        </mxCell>
        <mxCell id="cKu8MT6L8Fp_BZaxLZj7-28" parent="1" style="text;html=1;whiteSpace=wrap;strokeColor=none;fillColor=none;align=center;verticalAlign=middle;rounded=0;fontSize=23;fontStyle=1" value="." vertex="1">
          <mxGeometry height="30" width="60" x="-800" y="335" as="geometry" />
        </mxCell>
        <mxCell id="cKu8MT6L8Fp_BZaxLZj7-29" parent="1" style="text;html=1;whiteSpace=wrap;strokeColor=none;fillColor=none;align=center;verticalAlign=middle;rounded=0;fontSize=23;fontStyle=1" value="." vertex="1">
          <mxGeometry height="30" width="60" x="-800" y="318.5" as="geometry" />
        </mxCell>
        <mxCell id="cKu8MT6L8Fp_BZaxLZj7-31" parent="1" style="text;html=1;whiteSpace=wrap;strokeColor=none;fillColor=none;align=center;verticalAlign=middle;rounded=0;fontColor=#0000FF;" value="&lt;font style=&quot;color: rgb(255, 0, 0);&quot;&gt;Run Tag =&amp;nbsp;&lt;/font&gt;&lt;b style=&quot;color: rgb(0, 0, 0); text-align: left;&quot;&gt;x.x.x_bxxx-Rx-Jira-xxxx&lt;/b&gt;" vertex="1">
          <mxGeometry height="30" width="200" x="160" y="185" as="geometry" />
        </mxCell>
        <mxCell id="cKu8MT6L8Fp_BZaxLZj7-33" parent="1" style="text;html=1;whiteSpace=wrap;strokeColor=none;fillColor=none;align=center;verticalAlign=middle;rounded=0;fontColor=#0000FF;" value="&lt;font style=&quot;color: rgb(255, 0, 0);&quot;&gt;Run Tag =&amp;nbsp;&lt;b style=&quot;color: rgb(0, 0, 0); text-align: left;&quot;&gt;x.x.x_bxxx-Rx&lt;/b&gt;&lt;/font&gt;" vertex="1">
-           <mxGeometry height="30" width="200" x="160" y="347" as="geometry" />
+           <mxGeometry height="30" width="200" x="130" y="338.5" as="geometry" />
        </mxCell>
      </root>
    </mxGraphModel>
  </diagram>
</mxfile>
